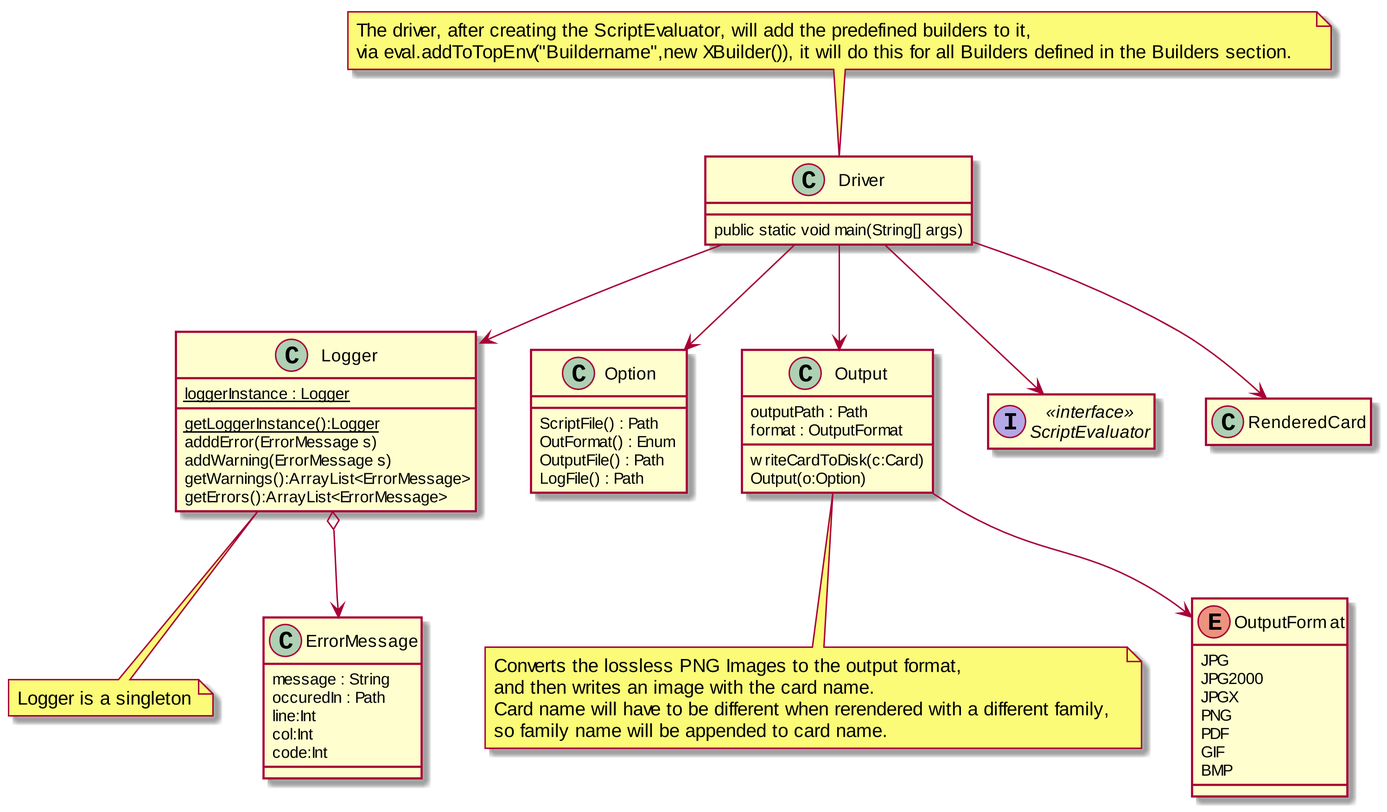
MatthewBregg/DesignPatternsRepo keeps this PlantUML diagram as Structure/DriverUML.png. Above is the earlier version.
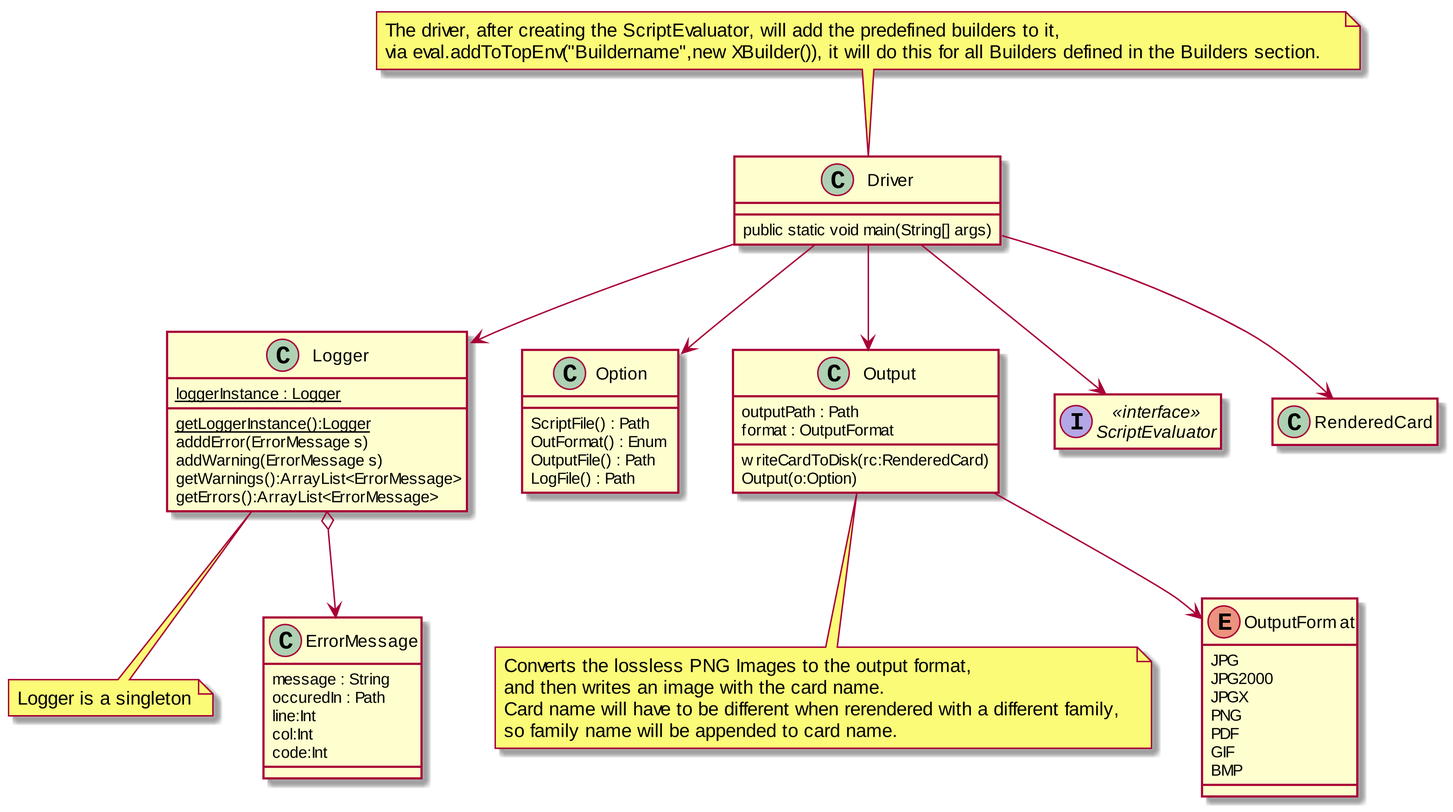
The same file after the commit.

Commit message:
Output takes in rendered card

The edit, as a diff of the source:
```diff
@@ -30,7 +30,7 @@
 class Output
 Output : outputPath : Path
 Output : format : OutputFormat
-Output : writeCardToDisk(c:Card)
+Output : writeCardToDisk(rc:RenderedCard)
 Output : Output(o:Option)
 note bottom of Output
  Converts the lossless PNG Images to the output format,
```
